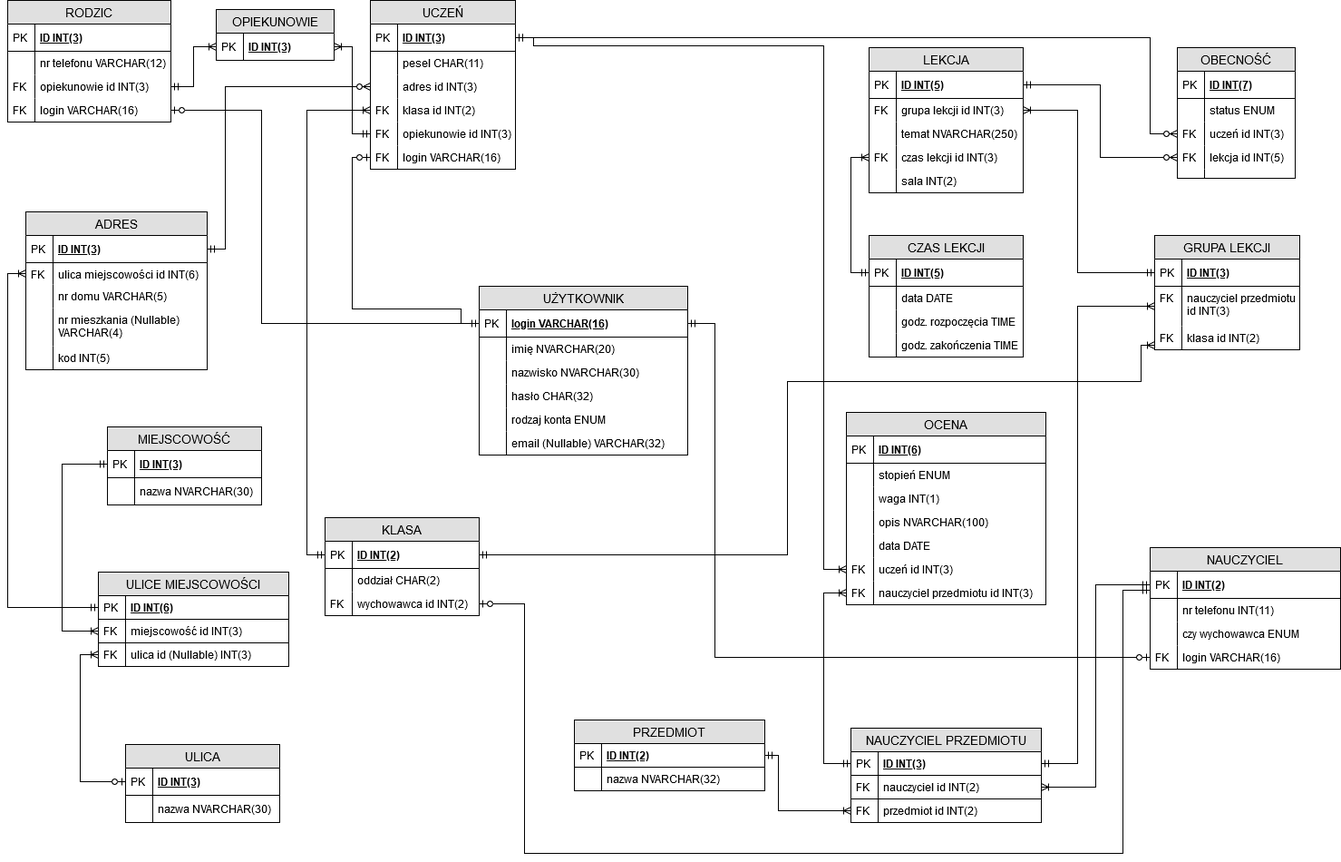
Above: Modele/modele-Model Znormalizowany.png in maciekpajak/BAZY_DANYCH_PROJEKT (draw.io), before the change. Source tidied: cells renumbered, new cells last; positions are measured from the earlier drawing's top-left corner, leaving out a move shared by most shapes.
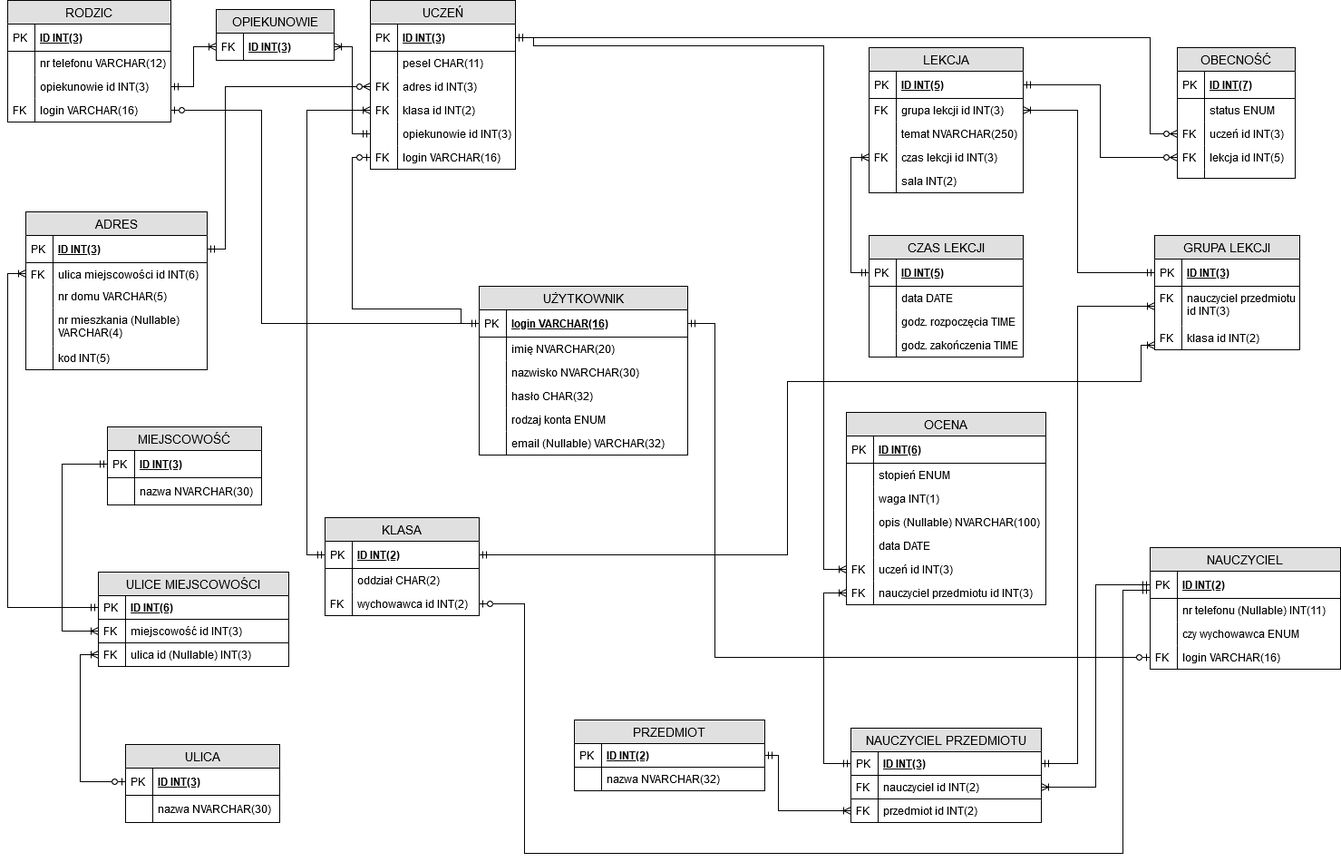
The same file after the commit.

Commit message:
Prawie czerwiec, a jeszcze trzeba poprawić

Change to the diagram source:
```diff
@@ -14,7 +14,7 @@
     <mxCell id="5" value="ID INT(3)" style="shape=partialRectangle;top=0;left=0;right=0;bottom=1;align=left;verticalAlign=middle;fillColor=none;spacingLeft=34;spacingRight=4;overflow=hidden;points=[[0,0.5],[1,0.5]];portConstraint=eastwest;fontStyle=5;fontSize=12;" parent="4" vertex="1">
       <mxGeometry y="26" width="130" height="30" as="geometry" />
     </mxCell>
-    <mxCell id="6" value="PK" style="shape=partialRectangle;top=0;left=0;bottom=0;fillColor=none;align=left;verticalAlign=middle;spacingLeft=4;spacingRight=4;overflow=hidden;fontSize=12;" parent="5" vertex="1">
+    <mxCell id="6" value="FK" style="shape=partialRectangle;top=0;left=0;bottom=0;fillColor=none;align=left;verticalAlign=middle;spacingLeft=4;spacingRight=4;overflow=hidden;fontSize=12;" parent="5" vertex="1">
       <mxGeometry width="30" height="30" as="geometry" />
     </mxCell>
     <mxCell id="7" value="UCZEŃ" style="swimlane;fontStyle=0;horizontal=1;startSize=26;fillColor=#e0e0e0;swimlaneFillColor=#ffffff;align=center;fontSize=14;rounded=0;" parent="1" vertex="1">
@@ -35,7 +35,7 @@
     <mxCell id="12" value="adres id INT(3)" style="shape=partialRectangle;top=0;left=0;right=0;bottom=0;align=left;verticalAlign=top;fillColor=none;spacingLeft=34;spacingRight=4;overflow=hidden;points=[[0,0.5],[1,0.5]];portConstraint=eastwest;fontSize=12;" parent="7" vertex="1">
       <mxGeometry y="82" width="160" height="26" as="geometry" />
     </mxCell>
-    <mxCell id="13" style="shape=partialRectangle;top=0;left=0;bottom=0;fillColor=none;align=left;verticalAlign=top;spacingLeft=4;spacingRight=4;overflow=hidden;fontSize=12;" parent="12" vertex="1">
+    <mxCell id="13" value="FK" style="shape=partialRectangle;top=0;left=0;bottom=0;fillColor=none;align=left;verticalAlign=top;spacingLeft=4;spacingRight=4;overflow=hidden;fontSize=12;" parent="12" vertex="1">
       <mxGeometry width="30" height="26" as="geometry" />
     </mxCell>
     <mxCell id="14" value="klasa id INT(2)" style="shape=partialRectangle;top=0;left=0;right=0;bottom=0;align=left;verticalAlign=top;fillColor=none;spacingLeft=34;spacingRight=4;overflow=hidden;points=[[0,0.5],[1,0.5]];portConstraint=eastwest;fontSize=12;rounded=0;" parent="7" vertex="1">
@@ -47,7 +47,7 @@
     <mxCell id="16" value="opiekunowie id INT(3)" style="shape=partialRectangle;top=0;left=0;right=0;bottom=0;align=left;verticalAlign=top;fillColor=none;spacingLeft=34;spacingRight=4;overflow=hidden;points=[[0,0.5],[1,0.5]];portConstraint=eastwest;fontSize=12;rounded=0;" parent="7" vertex="1">
       <mxGeometry y="134" width="160" height="26" as="geometry" />
     </mxCell>
-    <mxCell id="17" value="FK" style="shape=partialRectangle;top=0;left=0;bottom=0;fillColor=none;align=left;verticalAlign=top;spacingLeft=4;spacingRight=4;overflow=hidden;fontSize=12;" parent="16" vertex="1">
+    <mxCell id="17" style="shape=partialRectangle;top=0;left=0;bottom=0;fillColor=none;align=left;verticalAlign=top;spacingLeft=4;spacingRight=4;overflow=hidden;fontSize=12;" parent="16" vertex="1">
       <mxGeometry width="30" height="26" as="geometry" />
     </mxCell>
     <mxCell id="18" value="login VARCHAR(16)" style="shape=partialRectangle;top=0;left=0;right=0;bottom=0;align=left;verticalAlign=top;fillColor=none;spacingLeft=34;spacingRight=4;overflow=hidden;points=[[0,0.5],[1,0.5]];portConstraint=eastwest;fontSize=12;rounded=0;" parent="7" vertex="1">
@@ -187,7 +187,7 @@
     <mxCell id="57" style="shape=partialRectangle;top=0;left=0;bottom=0;fillColor=none;align=left;verticalAlign=top;spacingLeft=4;spacingRight=4;overflow=hidden;fontSize=12;" parent="56" vertex="1">
       <mxGeometry width="30" height="26" as="geometry" />
     </mxCell>
-    <mxCell id="58" value="opis NVARCHAR(100)" style="shape=partialRectangle;top=0;left=0;right=0;bottom=0;align=left;verticalAlign=top;fillColor=none;spacingLeft=34;spacingRight=4;overflow=hidden;fontSize=12;" parent="51" vertex="1">
+    <mxCell id="58" value="opis (Nullable) NVARCHAR(100)" style="shape=partialRectangle;top=0;left=0;right=0;bottom=0;align=left;verticalAlign=top;fillColor=none;spacingLeft=34;spacingRight=4;overflow=hidden;fontSize=12;" parent="51" vertex="1">
       <mxGeometry y="108" width="220" height="26" as="geometry" />
     </mxCell>
     <mxCell id="59" style="shape=partialRectangle;top=0;left=0;bottom=0;fillColor=none;align=left;verticalAlign=top;spacingLeft=4;spacingRight=4;overflow=hidden;fontSize=12;" parent="58" vertex="1">
@@ -245,7 +245,7 @@
     <mxCell id="73" value="opiekunowie id INT(3)" style="shape=partialRectangle;top=0;left=0;right=0;bottom=0;align=left;verticalAlign=top;fillColor=none;spacingLeft=34;spacingRight=4;overflow=hidden;points=[[0,0.5],[1,0.5]];portConstraint=eastwest;fontSize=12;" parent="68" vertex="1">
       <mxGeometry y="82" width="180" height="26" as="geometry" />
     </mxCell>
-    <mxCell id="74" value="FK" style="shape=partialRectangle;top=0;left=0;bottom=0;fillColor=none;align=left;verticalAlign=top;spacingLeft=4;spacingRight=4;overflow=hidden;fontSize=12;" parent="73" vertex="1">
+    <mxCell id="74" style="shape=partialRectangle;top=0;left=0;bottom=0;fillColor=none;align=left;verticalAlign=top;spacingLeft=4;spacingRight=4;overflow=hidden;fontSize=12;" parent="73" vertex="1">
       <mxGeometry width="30" height="26" as="geometry" />
     </mxCell>
     <mxCell id="75" value="login VARCHAR(16)" style="shape=partialRectangle;top=0;left=0;right=0;bottom=0;align=left;verticalAlign=top;fillColor=none;spacingLeft=34;spacingRight=4;overflow=hidden;points=[[0,0.5],[1,0.5]];portConstraint=eastwest;fontSize=12;" parent="68" vertex="1">
@@ -526,7 +526,7 @@
     <mxCell id="153" value="PK" style="shape=partialRectangle;top=0;left=0;bottom=0;fillColor=none;align=left;verticalAlign=middle;spacingLeft=4;spacingRight=4;overflow=hidden;fontSize=12;" parent="152" vertex="1">
       <mxGeometry width="30" height="30" as="geometry" />
     </mxCell>
-    <mxCell id="154" value="nr telefonu INT(11)" style="shape=partialRectangle;top=0;left=0;right=0;bottom=0;align=left;verticalAlign=top;fillColor=none;spacingLeft=34;spacingRight=4;overflow=hidden;fontSize=12;" parent="151" vertex="1">
+    <mxCell id="154" value="nr telefonu (Nullable) INT(11)" style="shape=partialRectangle;top=0;left=0;right=0;bottom=0;align=left;verticalAlign=top;fillColor=none;spacingLeft=34;spacingRight=4;overflow=hidden;fontSize=12;" parent="151" vertex="1">
       <mxGeometry y="56" width="210" height="26" as="geometry" />
     </mxCell>
     <mxCell id="155" style="shape=partialRectangle;top=0;left=0;bottom=0;fillColor=none;align=left;verticalAlign=top;spacingLeft=4;spacingRight=4;overflow=hidden;fontSize=12;" parent="154" vertex="1">
```
